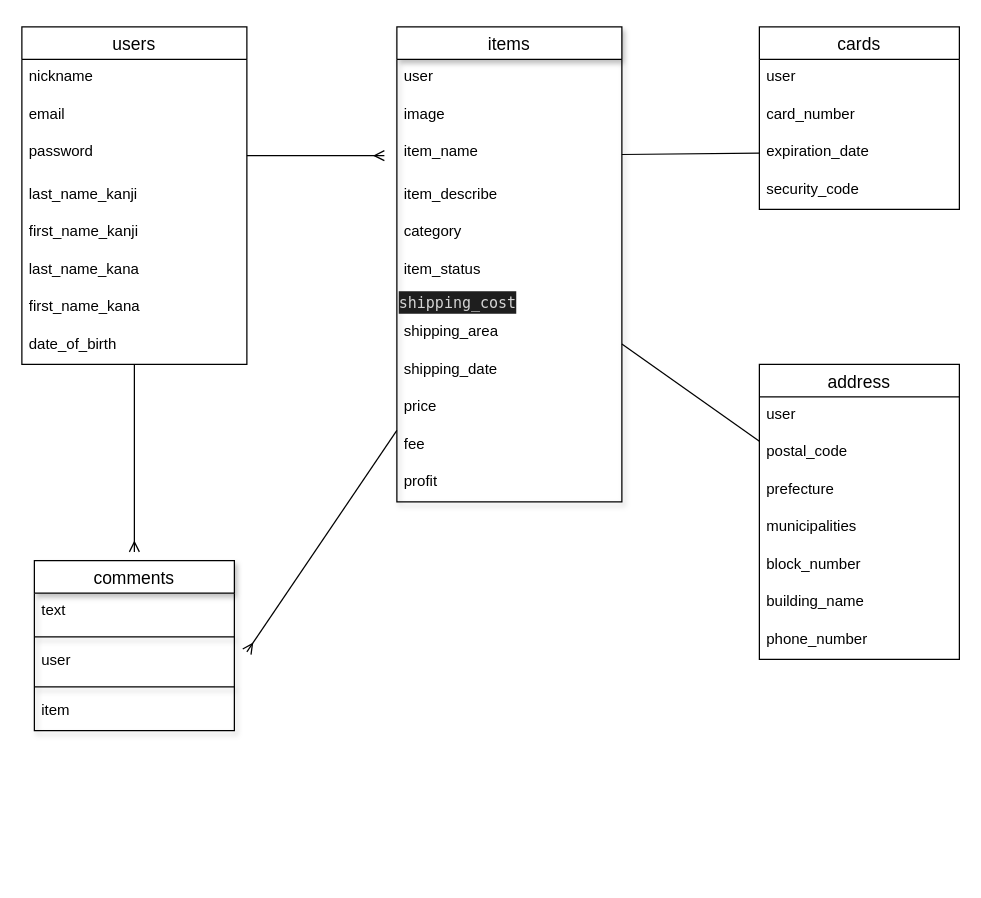
Above: page "ページ1" (1 of 2) of furima.dio in taka-0713/furima-32616 (draw.io), before the change. Source tidied: cells renumbered, new cells numbered last; positions are measured from the earlier drawing's top-left corner, leaving out a move shared by most shapes. Both pictures are drawn from the tidied source at 125%, with x=0, y=0 at pixel (21, 26).
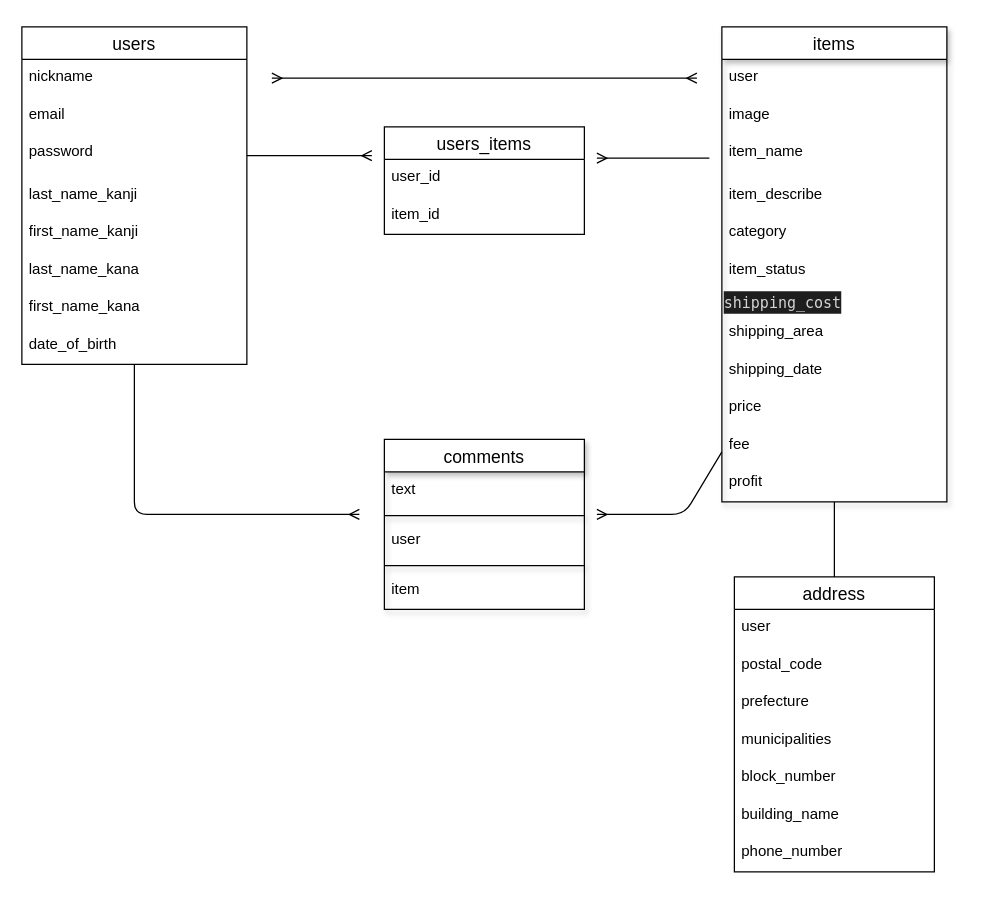
The same diagram, later.

The change refers to these unchanged cells:
```xml
<mxCell id="7" value="item_name " style="text;strokeColor=none;fillColor=none;spacingLeft=4;spacingRight=4;overflow=hidden;points=[[0,0.5],[1,0.5]];portConstraint=eastwest;fontSize=12;" parent="4" vertex="1">
  <mxGeometry y="86" width="180" height="34" as="geometry" />
</mxCell>
<mxCell id="18" value="users" style="swimlane;fontStyle=0;horizontal=1;startSize=26;align=center;fontSize=14;" parent="1" vertex="1">
  <mxGeometry width="180" height="270" as="geometry" />
</mxCell>
<mxCell id="21" value="password" style="text;strokeColor=none;fillColor=none;spacingLeft=4;spacingRight=4;overflow=hidden;points=[[0,0.5],[1,0.5]];portConstraint=eastwest;fontSize=12;" parent="18" vertex="1">
  <mxGeometry y="86" width="180" height="34" as="geometry" />
</mxCell>
```

What changed in the source:
```diff
@@
-    <mxCell id="2" style="edgeStyle=none;rounded=1;sketch=0;jettySize=auto;html=1;startArrow=none;startFill=0;endArrow=ERmany;endFill=0;strokeWidth=1;" parent="1" edge="1" source="4">
-      <mxGeometry relative="1" as="geometry">
-        <mxPoint x="180" y="500" as="targetPoint" />
-      </mxGeometry>
-    </mxCell>
@@
     <mxCell id="4" value="items" style="swimlane;fontStyle=0;horizontal=1;startSize=26;align=center;fontSize=14;shadow=1;" parent="1" vertex="1">
-      <mxGeometry x="300" width="180" height="380" as="geometry" />
+      <mxGeometry x="560" width="180" height="380" as="geometry" />
     </mxCell>
@@
     <mxCell id="17" style="edgeStyle=orthogonalEdgeStyle;rounded=1;sketch=0;jettySize=auto;html=1;endArrow=ERmany;endFill=0;strokeWidth=1;" parent="1" edge="1" source="18">
       <mxGeometry relative="1" as="geometry">
-        <mxPoint x="90" y="420" as="targetPoint" />
+        <mxPoint x="270" y="390" as="targetPoint" />
+        <Array as="points">
+          <mxPoint x="90" y="330" />
+          <mxPoint x="90" y="330" />
+        </Array>
       </mxGeometry>
     </mxCell>
@@
-    <mxCell id="27" value="comments" style="swimlane;fontStyle=0;horizontal=1;startSize=26;align=center;fontSize=14;rounded=0;shadow=1;sketch=0;" parent="1" vertex="1">
-      <mxGeometry x="10" y="427" width="160" height="136" as="geometry" />
-    </mxCell>
-    <mxCell id="28" value="text" style="text;strokeColor=none;fillColor=none;spacingLeft=4;spacingRight=4;overflow=hidden;fontSize=12;" parent="27" vertex="1">
-      <mxGeometry y="26" width="160" height="30" as="geometry" />
-    </mxCell>
-    <mxCell id="29" style="line;strokeWidth=1;dashed=0;labelPosition=right;align=left;verticalAlign=middle;spacingTop=0;spacingLeft=6;rounded=0;shadow=1;sketch=0;" parent="27" vertex="1">
-      <mxGeometry y="56" width="160" height="10" as="geometry" />
-    </mxCell>
-    <mxCell id="30" value="user" style="text;strokeColor=none;fillColor=none;spacingLeft=4;spacingRight=4;overflow=hidden;fontSize=12;" parent="27" vertex="1">
-      <mxGeometry y="66" width="160" height="30" as="geometry" />
-    </mxCell>
-    <mxCell id="31" style="line;strokeWidth=1;dashed=0;labelPosition=right;align=left;verticalAlign=middle;spacingTop=0;spacingLeft=6;rounded=0;shadow=1;sketch=0;" parent="27" vertex="1">
-      <mxGeometry y="96" width="160" height="10" as="geometry" />
-    </mxCell>
-    <mxCell id="32" value="item" style="text;strokeColor=none;fillColor=none;spacingLeft=4;spacingRight=4;overflow=hidden;fontSize=12;" parent="27" vertex="1">
-      <mxGeometry y="106" width="160" height="30" as="geometry" />
-    </mxCell>
-    <mxCell id="33" style="edgeStyle=orthogonalEdgeStyle;fontSize=12;html=1;endArrow=ERmany;strokeWidth=1;endFill=0;endSize=6;startSize=6;jumpSize=6;strokeColor=none;" parent="1" edge="1">
-      <mxGeometry relative="1" as="geometry">
-        <mxPoint x="260" y="160" as="sourcePoint" />
-        <mxPoint x="460" y="160" as="targetPoint" />
-        <Array as="points">
-          <mxPoint x="360" y="160" />
-          <mxPoint x="360" y="110" />
-          <mxPoint x="460" y="110" />
-        </Array>
-      </mxGeometry>
-    </mxCell>
-    <mxCell id="34" value="cards" style="swimlane;fontStyle=0;horizontal=1;startSize=26;align=center;fontSize=14;rounded=0;sketch=0;" parent="1" vertex="1">
-      <mxGeometry x="590" width="160" height="146" as="geometry" />
-    </mxCell>
-    <mxCell id="35" value="user" style="text;strokeColor=none;fillColor=none;spacingLeft=4;spacingRight=4;overflow=hidden;fontSize=12;" parent="34" vertex="1">
-      <mxGeometry y="26" width="160" height="30" as="geometry" />
-    </mxCell>
-    <mxCell id="36" value="card_number" style="text;strokeColor=none;fillColor=none;spacingLeft=4;spacingRight=4;overflow=hidden;fontSize=12;" parent="34" vertex="1">
-      <mxGeometry y="56" width="160" height="30" as="geometry" />
-    </mxCell>
-    <mxCell id="37" value="expiration_date" style="text;strokeColor=none;fillColor=none;spacingLeft=4;spacingRight=4;overflow=hidden;points=[[0,0.5],[1,0.5]];portConstraint=eastwest;fontSize=12;" parent="34" vertex="1">
-      <mxGeometry y="86" width="160" height="30" as="geometry" />
-    </mxCell>
-    <mxCell id="38" value="security_code" style="text;strokeColor=none;fillColor=none;spacingLeft=4;spacingRight=4;overflow=hidden;fontSize=12;" parent="34" vertex="1">
-      <mxGeometry y="116" width="160" height="30" as="geometry" />
-    </mxCell>
     <mxCell id="39" value="address" style="swimlane;fontStyle=0;horizontal=1;startSize=26;align=center;fontSize=14;rounded=0;sketch=0;" parent="1" vertex="1">
-      <mxGeometry x="590" y="270" width="160" height="236" as="geometry" />
+      <mxGeometry x="570" y="440" width="160" height="236" as="geometry" />
     </mxCell>
@@
     <mxCell id="47" style="edgeStyle=orthogonalEdgeStyle;rounded=1;sketch=0;jettySize=auto;html=1;endArrow=ERmany;endFill=0;strokeWidth=1;" parent="1" edge="1" source="21">
       <mxGeometry relative="1" as="geometry">
-        <mxPoint x="290" y="103" as="targetPoint" />
+        <mxPoint x="280" y="103" as="targetPoint" />
       </mxGeometry>
     </mxCell>
-    <mxCell id="48" style="edgeStyle=none;rounded=1;sketch=0;jettySize=auto;html=1;entryX=0;entryY=0.5;entryDx=0;entryDy=0;startArrow=none;startFill=0;endArrow=none;endFill=0;strokeWidth=1;" parent="1" edge="1" source="7" target="37">
-      <mxGeometry relative="1" as="geometry" />
-    </mxCell>
+    <mxCell id="49" value="users_items" style="swimlane;fontStyle=0;horizontal=1;startSize=26;align=center;fontSize=14;" parent="1" vertex="1">
+      <mxGeometry x="290" y="80" width="160" height="86" as="geometry" />
+    </mxCell>
+    <mxCell id="50" value="user_id" style="text;strokeColor=none;fillColor=none;spacingLeft=4;spacingRight=4;overflow=hidden;fontSize=12;" parent="49" vertex="1">
+      <mxGeometry y="26" width="160" height="30" as="geometry" />
+    </mxCell>
+    <mxCell id="51" value="item_id" style="text;strokeColor=none;fillColor=none;spacingLeft=4;spacingRight=4;overflow=hidden;fontSize=12;" parent="49" vertex="1">
+      <mxGeometry y="56" width="160" height="30" as="geometry" />
+    </mxCell>
+    <mxCell id="52" style="edgeStyle=orthogonalEdgeStyle;rounded=0;orthogonalLoop=1;jettySize=auto;html=1;endArrow=ERmany;endFill=0;" parent="1" edge="1">
+      <mxGeometry relative="1" as="geometry">
+        <mxPoint x="550" y="105" as="sourcePoint" />
+        <mxPoint x="460" y="105" as="targetPoint" />
+      </mxGeometry>
+    </mxCell>
+    <mxCell id="27" value="comments" style="swimlane;fontStyle=0;horizontal=1;startSize=26;align=center;fontSize=14;rounded=0;shadow=1;sketch=0;" parent="1" vertex="1">
+      <mxGeometry x="290" y="330" width="160" height="136" as="geometry" />
+    </mxCell>
+    <mxCell id="28" value="text" style="text;strokeColor=none;fillColor=none;spacingLeft=4;spacingRight=4;overflow=hidden;fontSize=12;" parent="27" vertex="1">
+      <mxGeometry y="26" width="160" height="30" as="geometry" />
+    </mxCell>
+    <mxCell id="29" style="line;strokeWidth=1;dashed=0;labelPosition=right;align=left;verticalAlign=middle;spacingTop=0;spacingLeft=6;rounded=0;shadow=1;sketch=0;" parent="27" vertex="1">
+      <mxGeometry y="56" width="160" height="10" as="geometry" />
+    </mxCell>
+    <mxCell id="30" value="user" style="text;strokeColor=none;fillColor=none;spacingLeft=4;spacingRight=4;overflow=hidden;fontSize=12;" parent="27" vertex="1">
+      <mxGeometry y="66" width="160" height="30" as="geometry" />
+    </mxCell>
+    <mxCell id="31" style="line;strokeWidth=1;dashed=0;labelPosition=right;align=left;verticalAlign=middle;spacingTop=0;spacingLeft=6;rounded=0;shadow=1;sketch=0;" parent="27" vertex="1">
+      <mxGeometry y="96" width="160" height="10" as="geometry" />
+    </mxCell>
+    <mxCell id="32" value="item" style="text;strokeColor=none;fillColor=none;spacingLeft=4;spacingRight=4;overflow=hidden;fontSize=12;" parent="27" vertex="1">
+      <mxGeometry y="106" width="160" height="30" as="geometry" />
+    </mxCell>
+    <mxCell id="53" style="edgeStyle=none;rounded=1;sketch=0;jettySize=auto;html=1;startArrow=none;startFill=0;endArrow=ERmany;endFill=0;strokeWidth=1;" parent="1" edge="1" source="4">
+      <mxGeometry relative="1" as="geometry">
+        <mxPoint x="460" y="390" as="targetPoint" />
+        <Array as="points">
+          <mxPoint x="530" y="390" />
+        </Array>
+      </mxGeometry>
+    </mxCell>
+    <mxCell id="54" style="edgeStyle=none;rounded=0;orthogonalLoop=1;jettySize=auto;html=1;endArrow=ERmany;endFill=0;startArrow=ERmany;startFill=0;" parent="1" edge="1">
+      <mxGeometry relative="1" as="geometry">
+        <mxPoint x="200" y="41" as="sourcePoint" />
+        <mxPoint x="540" y="41" as="targetPoint" />
+      </mxGeometry>
+    </mxCell>
```
